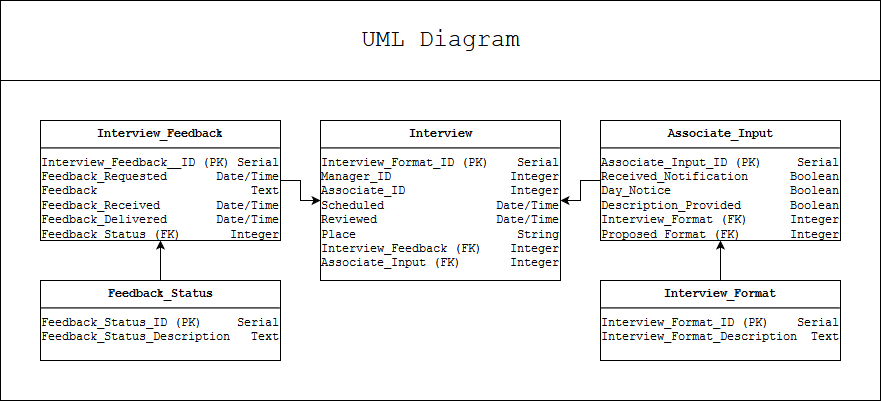
This is UML.png from dfeli014/InterviewService, a draw.io export, as it was before one commit. Source tidied: cells renumbered, new cells last; positions are measured from the earlier drawing's top-left corner, leaving out a move shared by most shapes.
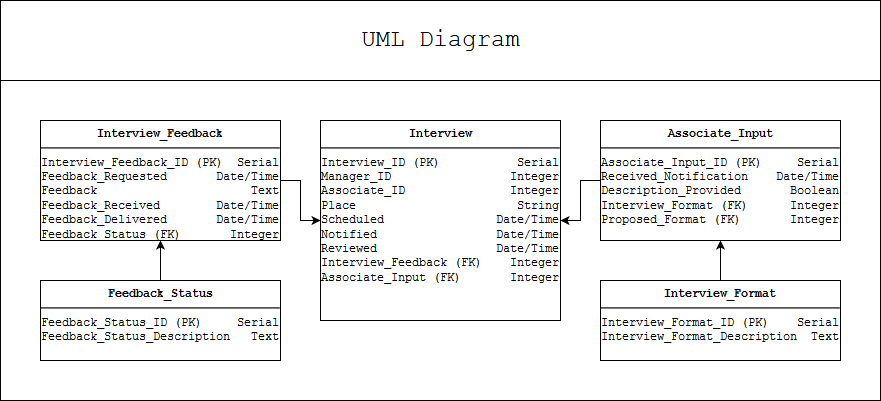
Above is the later version.

The edit, as a diff of the source:
```diff
@@ -20,19 +20,19 @@
     <mxCell id="7" value="&lt;p style=&quot;margin: 0px ; margin-top: 6px ; text-align: center&quot;&gt;&lt;b&gt;Feedback_Status&lt;/b&gt;&lt;br&gt;&lt;/p&gt;&lt;hr&gt;&lt;div&gt;Feedback_Status_ID (PK)&amp;nbsp;&amp;nbsp;&amp;nbsp;&amp;nbsp; Serial&lt;/div&gt;&lt;div&gt;Feedback_Status_Description&amp;nbsp;&amp;nbsp; Text&lt;br&gt;&lt;/div&gt;" style="align=left;overflow=fill;html=1;fontFamily=Courier New;" parent="1" vertex="1">
       <mxGeometry x="40" y="280" width="240" height="80" as="geometry" />
     </mxCell>
-    <mxCell id="8" value="&lt;p style=&quot;margin: 0px ; margin-top: 6px ; text-align: center&quot;&gt;&lt;b&gt;Interview&lt;/b&gt;&lt;br&gt;&lt;/p&gt;&lt;hr&gt;&lt;div&gt;Interview_Format_ID (PK)&amp;nbsp;&amp;nbsp;&amp;nbsp; Serial&lt;/div&gt;&lt;div&gt;Manager_ID &amp;nbsp; &amp;nbsp; &amp;nbsp; &amp;nbsp; &amp;nbsp; &amp;nbsp; &amp;nbsp;&amp;nbsp;&amp;nbsp; Integer&lt;/div&gt;&lt;div&gt;Associate_ID&amp;nbsp;&amp;nbsp;&amp;nbsp;&amp;nbsp;&amp;nbsp;&amp;nbsp;&amp;nbsp;&amp;nbsp;&amp;nbsp;&amp;nbsp;&amp;nbsp;&amp;nbsp;&amp;nbsp;&amp;nbsp; Integer&lt;/div&gt;&lt;div&gt;Scheduled&amp;nbsp;&amp;nbsp;&amp;nbsp;&amp;nbsp;&amp;nbsp;&amp;nbsp;&amp;nbsp;&amp;nbsp;&amp;nbsp;&amp;nbsp;&amp;nbsp;&amp;nbsp;&amp;nbsp;&amp;nbsp;&amp;nbsp; Date/Time&lt;/div&gt;&lt;div&gt;Reviewed&amp;nbsp;&amp;nbsp;&amp;nbsp;&amp;nbsp;&amp;nbsp;&amp;nbsp;&amp;nbsp;&amp;nbsp;&amp;nbsp;&amp;nbsp;&amp;nbsp;&amp;nbsp;&amp;nbsp;&amp;nbsp;&amp;nbsp;&amp;nbsp; Date/Time&lt;/div&gt;&lt;div&gt;Place &amp;nbsp;&amp;nbsp; &amp;nbsp;&amp;nbsp;&amp;nbsp;&amp;nbsp;&amp;nbsp;&amp;nbsp;&amp;nbsp;&amp;nbsp;&amp;nbsp;&amp;nbsp;&amp;nbsp;&amp;nbsp;&amp;nbsp;&amp;nbsp;&amp;nbsp;&amp;nbsp;&amp;nbsp;&amp;nbsp; String&lt;br&gt;&lt;/div&gt;&lt;div&gt;Interview_Feedback (FK)&amp;nbsp;&amp;nbsp;&amp;nbsp; Integer&lt;/div&gt;&lt;div&gt;Associate_Input (FK)&amp;nbsp;&amp;nbsp;&amp;nbsp;&amp;nbsp;&amp;nbsp;&amp;nbsp; Integer&lt;br&gt;&lt;/div&gt;" style="align=left;overflow=fill;html=1;fontFamily=Courier New;" parent="1" vertex="1">
-      <mxGeometry x="320" y="120" width="240" height="160" as="geometry" />
+    <mxCell id="8" value="&lt;p style=&quot;margin: 0px ; margin-top: 6px ; text-align: center&quot;&gt;&lt;b&gt;Interview&lt;/b&gt;&lt;br&gt;&lt;/p&gt;&lt;hr&gt;&lt;div&gt;Interview_ID (PK) &amp;nbsp; &amp;nbsp; &amp;nbsp;&amp;nbsp; &amp;nbsp;&amp;nbsp; Serial&lt;/div&gt;&lt;div&gt;Manager_ID &amp;nbsp; &amp;nbsp; &amp;nbsp; &amp;nbsp; &amp;nbsp; &amp;nbsp; &amp;nbsp;&amp;nbsp;&amp;nbsp; Integer&lt;/div&gt;&lt;div&gt;Associate_ID&amp;nbsp;&amp;nbsp;&amp;nbsp;&amp;nbsp;&amp;nbsp;&amp;nbsp;&amp;nbsp;&amp;nbsp;&amp;nbsp;&amp;nbsp;&amp;nbsp;&amp;nbsp;&amp;nbsp;&amp;nbsp; Integer&lt;/div&gt;&lt;div&gt;Place &amp;nbsp;&amp;nbsp; &amp;nbsp;&amp;nbsp;&amp;nbsp;&amp;nbsp;&amp;nbsp;&amp;nbsp;&amp;nbsp;&amp;nbsp;&amp;nbsp;&amp;nbsp;&amp;nbsp;&amp;nbsp;&amp;nbsp;&amp;nbsp;&amp;nbsp;&amp;nbsp;&amp;nbsp;&amp;nbsp; String&lt;/div&gt;&lt;div&gt;Scheduled&amp;nbsp;&amp;nbsp;&amp;nbsp;&amp;nbsp;&amp;nbsp;&amp;nbsp;&amp;nbsp;&amp;nbsp;&amp;nbsp;&amp;nbsp;&amp;nbsp;&amp;nbsp;&amp;nbsp;&amp;nbsp;&amp;nbsp; Date/Time&lt;/div&gt;&lt;div&gt;Notified &amp;nbsp; &amp;nbsp;&amp;nbsp;&amp;nbsp;&amp;nbsp;&amp;nbsp;&amp;nbsp;&amp;nbsp;&amp;nbsp;&amp;nbsp;&amp;nbsp;&amp;nbsp;&amp;nbsp;&amp;nbsp; Date/Time&lt;/div&gt;&lt;div&gt;Reviewed&amp;nbsp;&amp;nbsp;&amp;nbsp;&amp;nbsp;&amp;nbsp;&amp;nbsp;&amp;nbsp;&amp;nbsp;&amp;nbsp;&amp;nbsp;&amp;nbsp;&amp;nbsp;&amp;nbsp;&amp;nbsp;&amp;nbsp;&amp;nbsp; Date/Time&lt;/div&gt;&lt;div&gt;Interview_Feedback (FK)&amp;nbsp;&amp;nbsp;&amp;nbsp; Integer&lt;/div&gt;&lt;div&gt;Associate_Input (FK)&amp;nbsp;&amp;nbsp;&amp;nbsp;&amp;nbsp;&amp;nbsp;&amp;nbsp; Integer&lt;br&gt;&lt;/div&gt;" style="align=left;overflow=fill;html=1;fontFamily=Courier New;" parent="1" vertex="1">
+      <mxGeometry x="320" y="120" width="240" height="200" as="geometry" />
     </mxCell>
     <mxCell id="9" style="edgeStyle=orthogonalEdgeStyle;rounded=0;jettySize=auto;html=1;exitX=1;exitY=0.5;exitDx=0;exitDy=0;entryX=0;entryY=0.5;entryDx=0;entryDy=0;" parent="1" edge="1" source="10" target="8">
       <mxGeometry relative="1" as="geometry" />
     </mxCell>
-    <mxCell id="10" value="&lt;p style=&quot;margin: 0px ; margin-top: 6px ; text-align: center&quot;&gt;&lt;b&gt;Interview_Feedback&lt;/b&gt;&lt;br&gt;&lt;/p&gt;&lt;hr&gt;&lt;div&gt;Interview_Feedback__ID (PK) Serial&lt;/div&gt;&lt;div&gt;Feedback_Requested&amp;nbsp;&amp;nbsp;&amp;nbsp;&amp;nbsp;&amp;nbsp;&amp;nbsp; Date/Time&lt;/div&gt;&lt;div&gt;Feedback&amp;nbsp;&amp;nbsp;&amp;nbsp;&amp;nbsp;&amp;nbsp;&amp;nbsp;&amp;nbsp;&amp;nbsp;&amp;nbsp;&amp;nbsp;&amp;nbsp;&amp;nbsp;&amp;nbsp;&amp;nbsp;&amp;nbsp;&amp;nbsp;&amp;nbsp;&amp;nbsp;&amp;nbsp;&amp;nbsp;&amp;nbsp; Text&lt;/div&gt;&lt;div&gt;Feedback_Received&amp;nbsp;&amp;nbsp;&amp;nbsp;&amp;nbsp;&amp;nbsp;&amp;nbsp;&amp;nbsp; Date/Time&lt;/div&gt;&lt;div&gt;Feedback_Delivered&amp;nbsp;&amp;nbsp;&amp;nbsp;&amp;nbsp;&amp;nbsp;&amp;nbsp; Date/Time&lt;br&gt;&lt;/div&gt;&lt;div&gt;Feedback_Status (FK) &amp;nbsp;&amp;nbsp;&amp;nbsp;&amp;nbsp;&amp;nbsp; Integer&lt;br&gt;&lt;/div&gt;" style="align=left;overflow=fill;html=1;fontFamily=Courier New;" parent="1" vertex="1">
+    <mxCell id="10" value="&lt;p style=&quot;margin: 0px ; margin-top: 6px ; text-align: center&quot;&gt;&lt;b&gt;Interview_Feedback&lt;/b&gt;&lt;br&gt;&lt;/p&gt;&lt;hr&gt;&lt;div&gt;Interview_Feedback_ID (PK)&amp;nbsp; Serial&lt;/div&gt;&lt;div&gt;Feedback_Requested&amp;nbsp;&amp;nbsp;&amp;nbsp;&amp;nbsp;&amp;nbsp;&amp;nbsp; Date/Time&lt;/div&gt;&lt;div&gt;Feedback&amp;nbsp;&amp;nbsp;&amp;nbsp;&amp;nbsp;&amp;nbsp;&amp;nbsp;&amp;nbsp;&amp;nbsp;&amp;nbsp;&amp;nbsp;&amp;nbsp;&amp;nbsp;&amp;nbsp;&amp;nbsp;&amp;nbsp;&amp;nbsp;&amp;nbsp;&amp;nbsp;&amp;nbsp;&amp;nbsp;&amp;nbsp; Text&lt;/div&gt;&lt;div&gt;Feedback_Received&amp;nbsp;&amp;nbsp;&amp;nbsp;&amp;nbsp;&amp;nbsp;&amp;nbsp;&amp;nbsp; Date/Time&lt;/div&gt;&lt;div&gt;Feedback_Delivered&amp;nbsp;&amp;nbsp;&amp;nbsp;&amp;nbsp;&amp;nbsp;&amp;nbsp; Date/Time&lt;br&gt;&lt;/div&gt;&lt;div&gt;Feedback_Status (FK) &amp;nbsp;&amp;nbsp;&amp;nbsp;&amp;nbsp;&amp;nbsp; Integer&lt;br&gt;&lt;/div&gt;" style="align=left;overflow=fill;html=1;fontFamily=Courier New;" parent="1" vertex="1">
       <mxGeometry x="40" y="120" width="240" height="120" as="geometry" />
     </mxCell>
     <mxCell id="11" style="edgeStyle=orthogonalEdgeStyle;rounded=0;jettySize=auto;html=1;exitX=0;exitY=0.5;exitDx=0;exitDy=0;entryX=1;entryY=0.5;entryDx=0;entryDy=0;" parent="1" edge="1" source="12" target="8">
       <mxGeometry relative="1" as="geometry" />
     </mxCell>
-    <mxCell id="12" value="&lt;p style=&quot;margin: 0px ; margin-top: 6px ; text-align: center&quot;&gt;&lt;b&gt;Associate_Input&lt;/b&gt;&lt;br&gt;&lt;/p&gt;&lt;hr&gt;&lt;div&gt;Associate_Input_ID (PK)&amp;nbsp; &amp;nbsp;&amp;nbsp; Serial&lt;/div&gt;&lt;div&gt;Received_Notification &amp;nbsp;&amp;nbsp; &amp;nbsp; Boolean&lt;/div&gt;&lt;div&gt;Day_Notice&amp;nbsp;&amp;nbsp;&amp;nbsp;&amp;nbsp;&amp;nbsp;&amp;nbsp;&amp;nbsp;&amp;nbsp;&amp;nbsp;&amp;nbsp;&amp;nbsp;&amp;nbsp;&amp;nbsp;&amp;nbsp;&amp;nbsp;&amp;nbsp; Boolean&lt;/div&gt;&lt;div&gt;Description_Provided&amp;nbsp;&amp;nbsp;&amp;nbsp;&amp;nbsp;&amp;nbsp;&amp;nbsp; Boolean&lt;/div&gt;&lt;div&gt;Interview_Format (FK)&amp;nbsp;&amp;nbsp;&amp;nbsp;&amp;nbsp;&amp;nbsp; Integer&lt;br&gt;&lt;/div&gt;&lt;div&gt;Proposed_Format (FK)&amp;nbsp;&amp;nbsp;&amp;nbsp;&amp;nbsp;&amp;nbsp;&amp;nbsp; Integer&lt;br&gt;&lt;/div&gt;" style="align=left;overflow=fill;html=1;fontFamily=Courier New;" parent="1" vertex="1">
+    <mxCell id="12" value="&lt;p style=&quot;margin: 0px ; margin-top: 6px ; text-align: center&quot;&gt;&lt;b&gt;Associate_Input&lt;/b&gt;&lt;br&gt;&lt;/p&gt;&lt;hr&gt;&lt;div&gt;Associate_Input_ID (PK)&amp;nbsp; &amp;nbsp;&amp;nbsp; Serial&lt;/div&gt;&lt;div&gt;Received_Notification &amp;nbsp;&amp;nbsp; Date/Time&lt;/div&gt;&lt;div&gt;Description_Provided&amp;nbsp;&amp;nbsp;&amp;nbsp;&amp;nbsp;&amp;nbsp;&amp;nbsp; Boolean&lt;/div&gt;&lt;div&gt;Interview_Format (FK)&amp;nbsp;&amp;nbsp;&amp;nbsp;&amp;nbsp;&amp;nbsp; Integer&lt;br&gt;&lt;/div&gt;&lt;div&gt;Proposed_Format (FK)&amp;nbsp;&amp;nbsp;&amp;nbsp;&amp;nbsp;&amp;nbsp;&amp;nbsp; Integer&lt;br&gt;&lt;/div&gt;" style="align=left;overflow=fill;html=1;fontFamily=Courier New;" parent="1" vertex="1">
       <mxGeometry x="600" y="120" width="240" height="120" as="geometry" />
     </mxCell>
   </root>
```
